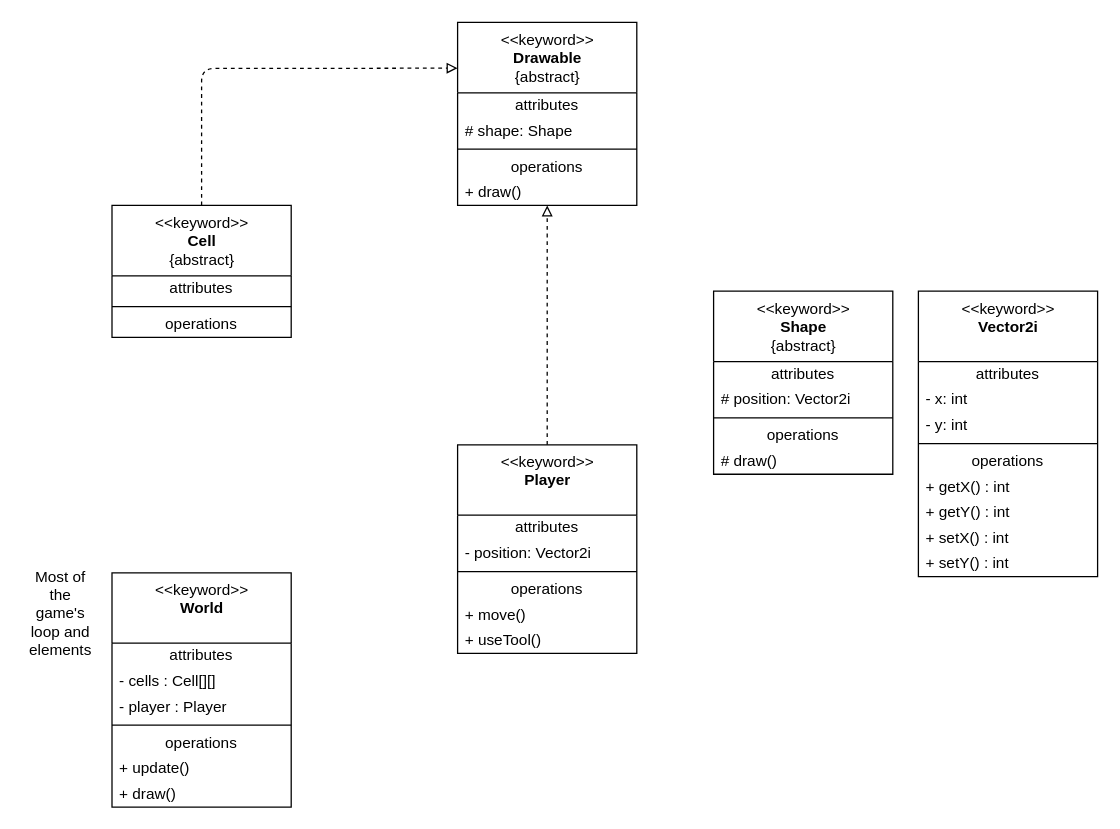
Before: conception/Classes.drawio in gouineblade/harvest-sun, a draw.io diagram. Source tidied: cells renumbered, new cells numbered last; positions are measured from the earlier drawing's top-left corner, leaving out a move shared by most shapes. Both pictures are drawn from the tidied source at 128%, with x=0, y=0 at pixel (22, 22).
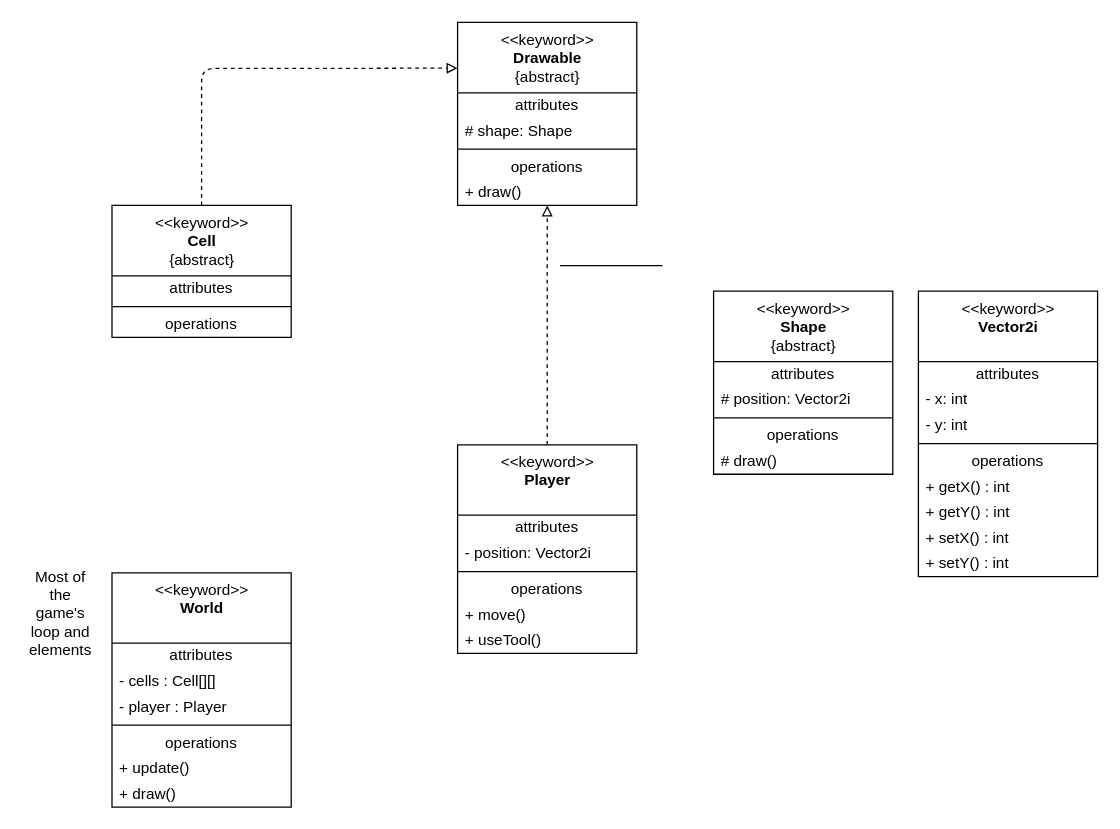
The same page after the edit.

Change to the diagram source:
```diff
@@
+    <mxCell id="46" style="edgeStyle=none;orthogonalLoop=1;jettySize=auto;html=1;endArrow=none;endFill=0;" parent="1" edge="1">
+      <mxGeometry relative="1" as="geometry">
+        <mxPoint x="420" y="190" as="sourcePoint" />
+        <mxPoint x="500" y="190" as="targetPoint" />
+      </mxGeometry>
+    </mxCell>
```
